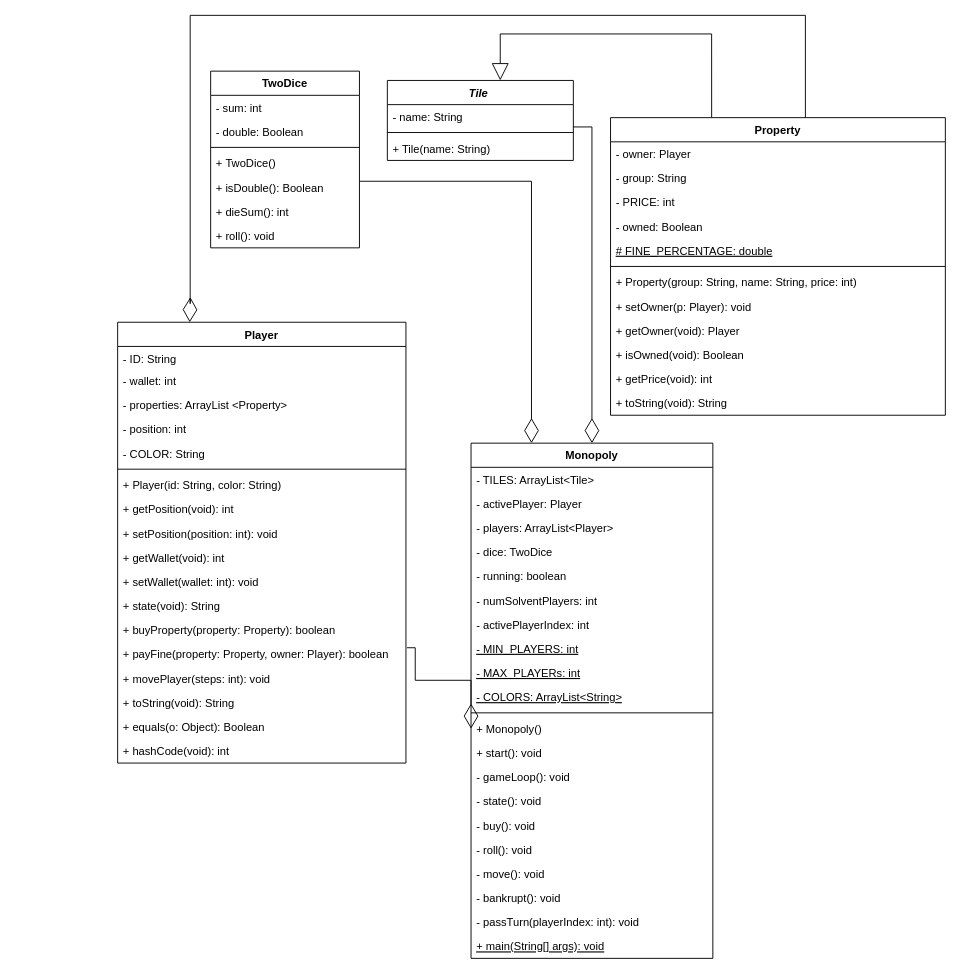
Before: MonoplyMilestone1.drawio in MiniEinsteinD/MonopolyGame, a draw.io diagram. Source tidied: cells renumbered, new cells numbered last; positions are measured from the earlier drawing's top-left corner, leaving out a move shared by most shapes. Both pictures are drawn from the tidied source at 93%, with x=0, y=0 at pixel (117, 15).
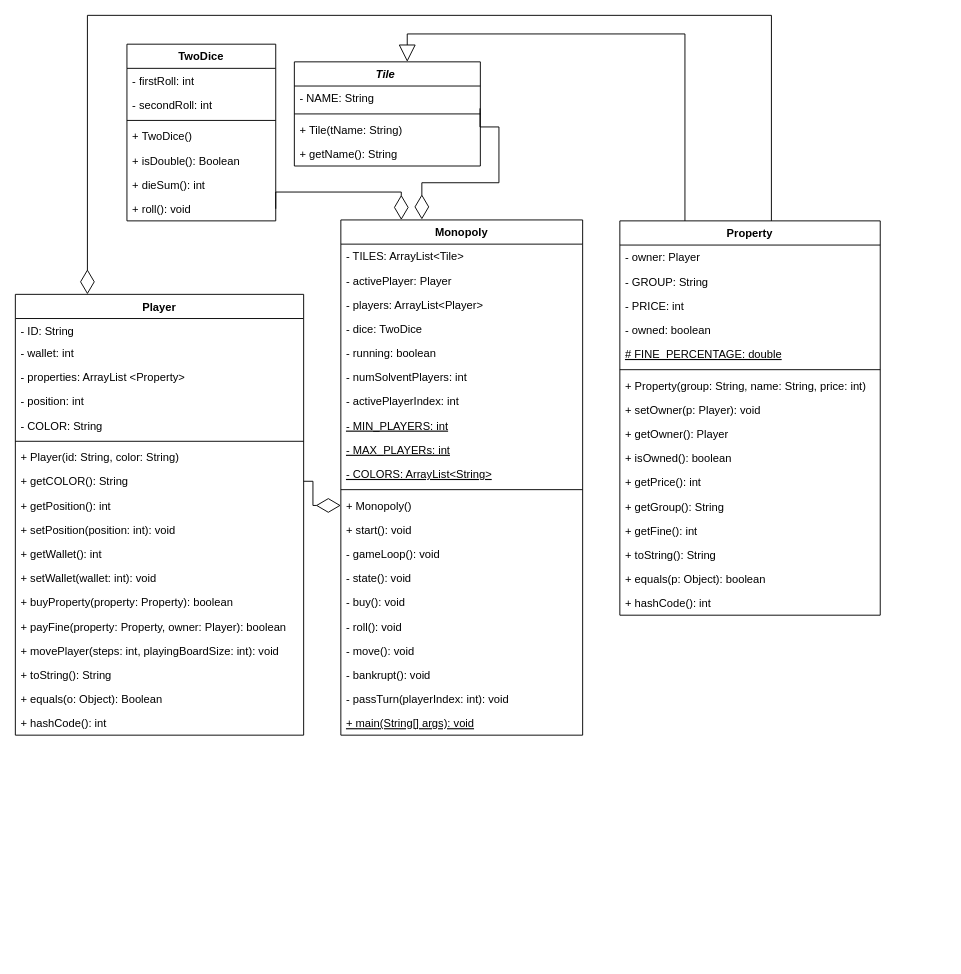
The same diagram, later.

The change refers to these unchanged cells:
```xml
<mxCell id="50" value="+ Monopoly()" style="text;strokeColor=none;fillColor=none;align=left;verticalAlign=top;spacingLeft=4;spacingRight=4;overflow=hidden;points=[[0,0.5],[1,0.5]];portConstraint=eastwest;" parent="38" vertex="1">
  <mxGeometry y="294" width="260" height="26" as="geometry" />
</mxCell>
<mxCell id="65" value="+ isDouble(): Boolean" style="text;strokeColor=none;fillColor=none;align=left;verticalAlign=top;spacingLeft=4;spacingRight=4;overflow=hidden;points=[[0,0.5],[1,0.5]];portConstraint=eastwest;" parent="60" vertex="1">
  <mxGeometry y="112" width="160" height="26" as="geometry" />
</mxCell>
<mxCell id="67" value="+ roll(): void" style="text;strokeColor=none;fillColor=none;align=left;verticalAlign=top;spacingLeft=4;spacingRight=4;overflow=hidden;points=[[0,0.5],[1,0.5]];portConstraint=eastwest;" parent="60" vertex="1">
  <mxGeometry y="164" width="160" height="26" as="geometry" />
</mxCell>
```

The edit, as a diff of the source:
```diff
@@
     <mxCell id="2" value="Property" style="swimlane;fontStyle=1;align=center;verticalAlign=top;horizontal=1;startSize=26;" parent="1" vertex="1">
-      <mxGeometry x="530" y="110" width="360" height="320" as="geometry" />
+      <mxGeometry x="540" y="221" width="280" height="424" as="geometry" />
     </mxCell>
     <mxCell id="3" value="- owner: Player" style="text;strokeColor=none;fillColor=none;align=left;verticalAlign=top;spacingLeft=4;spacingRight=4;overflow=hidden;" parent="2" vertex="1">
-      <mxGeometry y="26" width="360" height="26" as="geometry" />
+      <mxGeometry y="26" width="280" height="26" as="geometry" />
     </mxCell>
-    <mxCell id="4" value="- group: String " style="text;strokeColor=none;fillColor=none;align=left;verticalAlign=top;spacingLeft=4;spacingRight=4;overflow=hidden;" parent="2" vertex="1">
-      <mxGeometry y="52" width="360" height="26" as="geometry" />
+    <mxCell id="4" value="- GROUP: String " style="text;strokeColor=none;fillColor=none;align=left;verticalAlign=top;spacingLeft=4;spacingRight=4;overflow=hidden;" parent="2" vertex="1">
+      <mxGeometry y="52" width="280" height="26" as="geometry" />
     </mxCell>
     <mxCell id="5" value="- PRICE: int" style="text;strokeColor=none;fillColor=none;align=left;verticalAlign=top;spacingLeft=4;spacingRight=4;overflow=hidden;" parent="2" vertex="1">
-      <mxGeometry y="78" width="360" height="26" as="geometry" />
+      <mxGeometry y="78" width="280" height="26" as="geometry" />
     </mxCell>
-    <mxCell id="6" value="- owned: Boolean " style="text;strokeColor=none;fillColor=none;align=left;verticalAlign=top;spacingLeft=4;spacingRight=4;overflow=hidden;" parent="2" vertex="1">
-      <mxGeometry y="104" width="360" height="26" as="geometry" />
+    <mxCell id="6" value="- owned: boolean " style="text;strokeColor=none;fillColor=none;align=left;verticalAlign=top;spacingLeft=4;spacingRight=4;overflow=hidden;" parent="2" vertex="1">
+      <mxGeometry y="104" width="280" height="26" as="geometry" />
     </mxCell>
     <mxCell id="7" value="# FINE_PERCENTAGE: double " style="text;strokeColor=none;fillColor=none;align=left;verticalAlign=top;spacingLeft=4;spacingRight=4;overflow=hidden;fontStyle=4;" parent="2" vertex="1">
-      <mxGeometry y="130" width="360" height="26" as="geometry" />
+      <mxGeometry y="130" width="280" height="26" as="geometry" />
     </mxCell>
     <mxCell id="8" style="line;strokeWidth=1;fillColor=none;align=left;verticalAlign=middle;spacingTop=-1;spacingLeft=3;spacingRight=3;labelPosition=right;" parent="2" vertex="1">
-      <mxGeometry y="156" width="360" height="8" as="geometry" />
+      <mxGeometry y="156" width="280" height="8" as="geometry" />
     </mxCell>
     <mxCell id="9" value="+ Property(group: String, name: String, price: int)" style="text;strokeColor=none;fillColor=none;align=left;verticalAlign=top;spacingLeft=4;spacingRight=4;overflow=hidden;" parent="2" vertex="1">
-      <mxGeometry y="164" width="360" height="26" as="geometry" />
+      <mxGeometry y="164" width="280" height="26" as="geometry" />
     </mxCell>
     <mxCell id="10" value="+ setOwner(p: Player): void" style="text;strokeColor=none;fillColor=none;align=left;verticalAlign=top;spacingLeft=4;spacingRight=4;overflow=hidden;" parent="2" vertex="1">
-      <mxGeometry y="190" width="360" height="26" as="geometry" />
+      <mxGeometry y="190" width="280" height="26" as="geometry" />
     </mxCell>
-    <mxCell id="11" value="+ getOwner(void): Player" style="text;strokeColor=none;fillColor=none;align=left;verticalAlign=top;spacingLeft=4;spacingRight=4;overflow=hidden;" parent="2" vertex="1">
-      <mxGeometry y="216" width="360" height="26" as="geometry" />
+    <mxCell id="11" value="+ getOwner(): Player" style="text;strokeColor=none;fillColor=none;align=left;verticalAlign=top;spacingLeft=4;spacingRight=4;overflow=hidden;" parent="2" vertex="1">
+      <mxGeometry y="216" width="280" height="26" as="geometry" />
     </mxCell>
-    <mxCell id="12" value="+ isOwned(void): Boolean" style="text;strokeColor=none;fillColor=none;align=left;verticalAlign=top;spacingLeft=4;spacingRight=4;overflow=hidden;" parent="2" vertex="1">
-      <mxGeometry y="242" width="360" height="26" as="geometry" />
+    <mxCell id="12" value="+ isOwned(): boolean" style="text;strokeColor=none;fillColor=none;align=left;verticalAlign=top;spacingLeft=4;spacingRight=4;overflow=hidden;" parent="2" vertex="1">
+      <mxGeometry y="242" width="280" height="26" as="geometry" />
     </mxCell>
+    <mxCell id="73" value="+ getPrice(): int" style="text;strokeColor=none;fillColor=none;align=left;verticalAlign=top;spacingLeft=4;spacingRight=4;overflow=hidden;" parent="2" vertex="1">
+      <mxGeometry y="268" width="280" height="26" as="geometry" />
+    </mxCell>
-    <mxCell id="13" value="+ getPrice(void): int" style="text;strokeColor=none;fillColor=none;align=left;verticalAlign=top;spacingLeft=4;spacingRight=4;overflow=hidden;" parent="2" vertex="1">
-      <mxGeometry y="268" width="360" height="26" as="geometry" />
+    <mxCell id="13" value="+ getGroup(): String" style="text;strokeColor=none;fillColor=none;align=left;verticalAlign=top;spacingLeft=4;spacingRight=4;overflow=hidden;" parent="2" vertex="1">
+      <mxGeometry y="294" width="280" height="26" as="geometry" />
     </mxCell>
+    <mxCell id="74" value="+ getFine(): int" style="text;strokeColor=none;fillColor=none;align=left;verticalAlign=top;spacingLeft=4;spacingRight=4;overflow=hidden;" parent="2" vertex="1">
+      <mxGeometry y="320" width="280" height="26" as="geometry" />
+    </mxCell>
-    <mxCell id="14" value="+ toString(void): String" style="text;strokeColor=none;fillColor=none;align=left;verticalAlign=top;spacingLeft=4;spacingRight=4;overflow=hidden;" parent="2" vertex="1">
-      <mxGeometry y="294" width="360" height="26" as="geometry" />
+    <mxCell id="14" value="+ toString(): String" style="text;strokeColor=none;fillColor=none;align=left;verticalAlign=top;spacingLeft=4;spacingRight=4;overflow=hidden;" parent="2" vertex="1">
+      <mxGeometry y="346" width="280" height="26" as="geometry" />
     </mxCell>
+    <mxCell id="75" value="+ equals(p: Object): boolean" style="text;strokeColor=none;fillColor=none;align=left;verticalAlign=top;spacingLeft=4;spacingRight=4;overflow=hidden;" parent="2" vertex="1">
+      <mxGeometry y="372" width="280" height="26" as="geometry" />
+    </mxCell>
+    <mxCell id="76" value="+ hashCode(): int" style="text;strokeColor=none;fillColor=none;align=left;verticalAlign=top;spacingLeft=4;spacingRight=4;overflow=hidden;" parent="2" vertex="1">
+      <mxGeometry y="398" width="280" height="26" as="geometry" />
+    </mxCell>
     <mxCell id="15" value="Player" style="swimlane;fontStyle=1;align=center;verticalAlign=top;horizontal=1;startSize=26;" parent="1" vertex="1">
-      <mxGeometry y="330" width="310" height="474" as="geometry" />
+      <mxGeometry x="-110" y="300" width="310" height="474" as="geometry" />
     </mxCell>
@@
+    <mxCell id="77" value="+ getCOLOR(): String" style="text;strokeColor=none;fillColor=none;align=left;verticalAlign=top;spacingLeft=4;spacingRight=4;overflow=hidden;points=[[0,0.5],[1,0.5]];portConstraint=eastwest;" parent="15" vertex="1">
+      <mxGeometry y="188" width="310" height="26" as="geometry" />
+    </mxCell>
-    <mxCell id="23" value="+ getPosition(void): int" style="text;strokeColor=none;fillColor=none;align=left;verticalAlign=top;spacingLeft=4;spacingRight=4;overflow=hidden;" parent="15" vertex="1">
-      <mxGeometry y="188" width="310" height="26" as="geometry" />
+    <mxCell id="23" value="+ getPosition(): int" style="text;strokeColor=none;fillColor=none;align=left;verticalAlign=top;spacingLeft=4;spacingRight=4;overflow=hidden;" parent="15" vertex="1">
+      <mxGeometry y="214" width="310" height="26" as="geometry" />
     </mxCell>
     <mxCell id="24" value="+ setPosition(position: int): void" style="text;strokeColor=none;fillColor=none;align=left;verticalAlign=top;spacingLeft=4;spacingRight=4;overflow=hidden;" parent="15" vertex="1">
-      <mxGeometry y="214" width="310" height="26" as="geometry" />
+      <mxGeometry y="240" width="310" height="26" as="geometry" />
     </mxCell>
-    <mxCell id="25" value="+ getWallet(void): int" style="text;strokeColor=none;fillColor=none;align=left;verticalAlign=top;spacingLeft=4;spacingRight=4;overflow=hidden;" parent="15" vertex="1">
-      <mxGeometry y="240" width="310" height="26" as="geometry" />
+    <mxCell id="25" value="+ getWallet(): int" style="text;strokeColor=none;fillColor=none;align=left;verticalAlign=top;spacingLeft=4;spacingRight=4;overflow=hidden;" parent="15" vertex="1">
+      <mxGeometry y="266" width="310" height="26" as="geometry" />
     </mxCell>
     <mxCell id="26" value="+ setWallet(wallet: int): void" style="text;strokeColor=none;fillColor=none;align=left;verticalAlign=top;spacingLeft=4;spacingRight=4;overflow=hidden;" parent="15" vertex="1">
-      <mxGeometry y="266" width="310" height="26" as="geometry" />
+      <mxGeometry y="292" width="310" height="26" as="geometry" />
     </mxCell>
-    <mxCell id="27" value="+ state(void): String" style="text;strokeColor=none;fillColor=none;align=left;verticalAlign=top;spacingLeft=4;spacingRight=4;overflow=hidden;" parent="15" vertex="1">
-      <mxGeometry y="292" width="310" height="26" as="geometry" />
-    </mxCell>
@@
-    <mxCell id="30" value="+ movePlayer(steps: int): void" style="text;strokeColor=none;fillColor=none;align=left;verticalAlign=top;spacingLeft=4;spacingRight=4;overflow=hidden;" parent="15" vertex="1">
+    <mxCell id="30" value="+ movePlayer(steps: int, playingBoardSize: int): void" style="text;strokeColor=none;fillColor=none;align=left;verticalAlign=top;spacingLeft=4;spacingRight=4;overflow=hidden;" parent="15" vertex="1">
       <mxGeometry y="370" width="310" height="26" as="geometry" />
     </mxCell>
-    <mxCell id="31" value="+ toString(void): String" style="text;strokeColor=none;fillColor=none;align=left;verticalAlign=top;spacingLeft=4;spacingRight=4;overflow=hidden;" parent="15" vertex="1">
+    <mxCell id="31" value="+ toString(): String" style="text;strokeColor=none;fillColor=none;align=left;verticalAlign=top;spacingLeft=4;spacingRight=4;overflow=hidden;" parent="15" vertex="1">
       <mxGeometry y="396" width="310" height="26" as="geometry" />
     </mxCell>
@@
-    <mxCell id="33" value="+ hashCode(void): int" style="text;strokeColor=none;fillColor=none;align=left;verticalAlign=top;spacingLeft=4;spacingRight=4;overflow=hidden;" parent="15" vertex="1">
+    <mxCell id="33" value="+ hashCode(): int" style="text;strokeColor=none;fillColor=none;align=left;verticalAlign=top;spacingLeft=4;spacingRight=4;overflow=hidden;" parent="15" vertex="1">
       <mxGeometry y="448" width="310" height="26" as="geometry" />
     </mxCell>
     <mxCell id="34" value="Tile " style="swimlane;fontStyle=3;align=center;verticalAlign=top;horizontal=1;startSize=26;" parent="1" vertex="1">
-      <mxGeometry x="290" y="70" width="200" height="86" as="geometry" />
+      <mxGeometry x="190" y="50" width="200" height="112" as="geometry" />
     </mxCell>
-    <mxCell id="35" value="- name: String " style="text;strokeColor=none;fillColor=none;align=left;verticalAlign=top;spacingLeft=4;spacingRight=4;overflow=hidden;points=[[0,0.5],[1,0.5]];portConstraint=eastwest;" parent="34" vertex="1">
+    <mxCell id="35" value="- NAME: String " style="text;strokeColor=none;fillColor=none;align=left;verticalAlign=top;spacingLeft=4;spacingRight=4;overflow=hidden;points=[[0,0.5],[1,0.5]];portConstraint=eastwest;" parent="34" vertex="1">
       <mxGeometry y="26" width="200" height="26" as="geometry" />
     </mxCell>
@@
-    <mxCell id="37" value="+ Tile(name: String)" style="text;strokeColor=none;fillColor=none;align=left;verticalAlign=top;spacingLeft=4;spacingRight=4;overflow=hidden;" parent="34" vertex="1">
+    <mxCell id="37" value="+ Tile(tName: String)" style="text;strokeColor=none;fillColor=none;align=left;verticalAlign=top;spacingLeft=4;spacingRight=4;overflow=hidden;" parent="34" vertex="1">
       <mxGeometry y="60" width="200" height="26" as="geometry" />
     </mxCell>
+    <mxCell id="78" value="+ getName(): String" style="text;strokeColor=none;fillColor=none;align=left;verticalAlign=top;spacingLeft=4;spacingRight=4;overflow=hidden;" parent="34" vertex="1">
+      <mxGeometry y="86" width="200" height="26" as="geometry" />
+    </mxCell>
     <mxCell id="38" value="Monopoly" style="swimlane;fontStyle=1;align=center;verticalAlign=top;horizontal=1;startSize=26;" parent="1" vertex="1">
-      <mxGeometry x="380" y="460" width="260" height="554" as="geometry" />
+      <mxGeometry x="240" y="220" width="260" height="554" as="geometry" />
     </mxCell>
@@
     <mxCell id="60" value="TwoDice" style="swimlane;fontStyle=1;align=center;verticalAlign=top;horizontal=1;startSize=26;" parent="1" vertex="1">
-      <mxGeometry x="100" y="60" width="160" height="190" as="geometry" />
+      <mxGeometry x="10" y="31" width="160" height="190" as="geometry" />
     </mxCell>
-    <mxCell id="61" value="- sum: int&#10;" style="text;strokeColor=none;fillColor=none;align=left;verticalAlign=top;spacingLeft=4;spacingRight=4;overflow=hidden;" parent="60" vertex="1">
+    <mxCell id="61" value="- firstRoll: int&#10;" style="text;strokeColor=none;fillColor=none;align=left;verticalAlign=top;spacingLeft=4;spacingRight=4;overflow=hidden;" parent="60" vertex="1">
       <mxGeometry y="26" width="160" height="26" as="geometry" />
     </mxCell>
-    <mxCell id="62" value="- double: Boolean&#10;" style="text;strokeColor=none;fillColor=none;align=left;verticalAlign=top;spacingLeft=4;spacingRight=4;overflow=hidden;" parent="60" vertex="1">
+    <mxCell id="62" value="- secondRoll: int&#10;" style="text;strokeColor=none;fillColor=none;align=left;verticalAlign=top;spacingLeft=4;spacingRight=4;overflow=hidden;" parent="60" vertex="1">
       <mxGeometry y="52" width="160" height="26" as="geometry" />
     </mxCell>
@@
-    <mxCell id="68" style="endArrow=block;endSize=16;endFill=0;html=1;rounded=0;edgeStyle=orthogonalEdgeStyle;entryX=0.607;entryY=0;entryDx=0;entryDy=0;entryPerimeter=0;exitX=0.302;exitY=-0.001;exitDx=0;exitDy=0;exitPerimeter=0;" parent="1" edge="1" source="2" target="34">
+    <mxCell id="68" style="endArrow=block;endSize=16;endFill=0;html=1;rounded=0;edgeStyle=orthogonalEdgeStyle;entryX=0.607;entryY=0;entryDx=0;entryDy=0;entryPerimeter=0;exitX=0.25;exitY=0;exitDx=0;exitDy=0;" parent="1" edge="1" source="2" target="34">
       <mxGeometry relative="1" as="geometry">
         <Array as="points">
-          <mxPoint x="639" y="20" />
-          <mxPoint x="411" y="20" />
+          <mxPoint x="610" y="20" />
+          <mxPoint x="311" y="20" />
         </Array>
       </mxGeometry>
     </mxCell>
-    <mxCell id="69" style="endArrow=diamondThin;endFill=0;endSize=24;html=1;rounded=0;edgeStyle=orthogonalEdgeStyle;entryX=0.5;entryY=0;entryDx=0;entryDy=0;exitX=0.998;exitY=0.923;exitDx=0;exitDy=0;exitPerimeter=0;" parent="1" edge="1" source="35" target="38">
+    <mxCell id="69" style="endArrow=diamondThin;endFill=0;endSize=24;html=1;rounded=0;edgeStyle=orthogonalEdgeStyle;entryX=0.335;entryY=-0.001;entryDx=0;entryDy=0;exitX=0.998;exitY=0.923;exitDx=0;exitDy=0;exitPerimeter=0;entryPerimeter=0;" parent="1" edge="1" source="35" target="38">
       <mxGeometry relative="1" as="geometry">
         <Array as="points">
-          <mxPoint x="510" y="120" />
+          <mxPoint x="390" y="120" />
+          <mxPoint x="410" y="120" />
+          <mxPoint x="410" y="180" />
+          <mxPoint x="327" y="180" />
         </Array>
       </mxGeometry>
     </mxCell>
-    <mxCell id="70" style="endArrow=diamondThin;endFill=0;endSize=24;html=1;rounded=0;edgeStyle=orthogonalEdgeStyle;entryX=0.25;entryY=0;entryDx=0;entryDy=0;exitX=1.003;exitY=0.246;exitDx=0;exitDy=0;exitPerimeter=0;" parent="1" edge="1" source="65" target="38">
+    <mxCell id="70" style="endArrow=diamondThin;endFill=0;endSize=24;html=1;rounded=0;edgeStyle=orthogonalEdgeStyle;entryX=0.25;entryY=0;entryDx=0;entryDy=0;exitX=1;exitY=0.5;exitDx=0;exitDy=0;" parent="1" edge="1" source="67" target="38">
       <mxGeometry relative="1" as="geometry">
         <Array as="points">
-          <mxPoint x="445" y="178" />
+          <mxPoint x="170" y="190" />
+          <mxPoint x="305" y="190" />
         </Array>
       </mxGeometry>
     </mxCell>
-    <mxCell id="71" style="endArrow=diamondThin;endFill=0;endSize=24;html=1;rounded=0;edgeStyle=orthogonalEdgeStyle;entryX=0;entryY=0.5;entryDx=0;entryDy=0;" parent="1" edge="1" target="50">
+    <mxCell id="71" style="endArrow=diamondThin;endFill=0;endSize=24;html=1;rounded=0;edgeStyle=orthogonalEdgeStyle;entryX=0;entryY=0.5;entryDx=0;entryDy=0;exitX=1;exitY=0.5;exitDx=0;exitDy=0;" parent="1" edge="1" source="77" target="50">
       <mxGeometry relative="1" as="geometry">
-        <mxPoint x="311" y="680" as="sourcePoint" />
         <Array as="points">
-          <mxPoint x="320" y="680" />
-          <mxPoint x="320" y="715" />
+          <mxPoint x="210" y="501" />
+          <mxPoint x="210" y="527" />
         </Array>
       </mxGeometry>
     </mxCell>
     <mxCell id="72" style="endArrow=diamondThin;endFill=0;endSize=24;html=1;rounded=0;edgeStyle=orthogonalEdgeStyle;exitX=0.582;exitY=0;exitDx=0;exitDy=0;exitPerimeter=0;entryX=0.25;entryY=0;entryDx=0;entryDy=0;" parent="1" edge="1" source="2" target="15">
       <mxGeometry relative="1" as="geometry">
         <Array as="points">
-          <mxPoint x="740" />
-          <mxPoint x="78" />
-          <mxPoint x="78" y="310" />
+          <mxPoint x="703" />
+          <mxPoint x="-32" />
         </Array>
       </mxGeometry>
     </mxCell>
```
